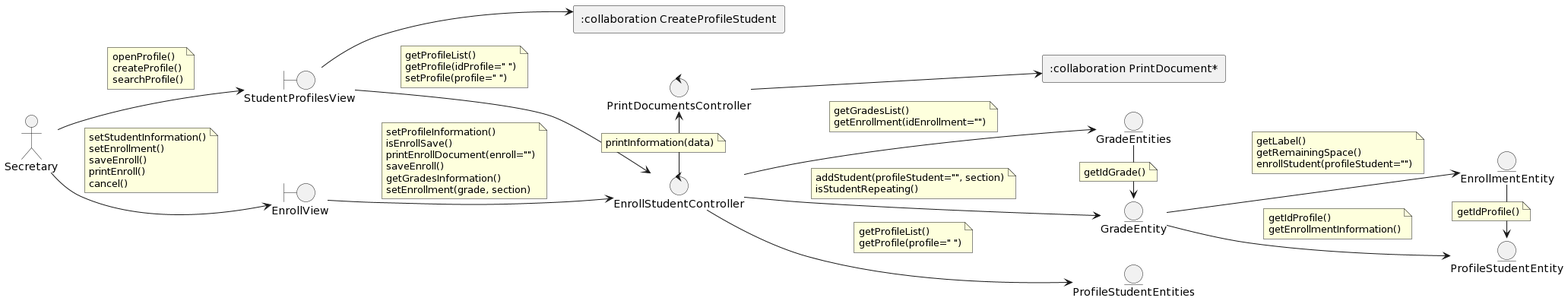
This is out/DesignView/AnalysisView/UseCaseAnalysis/CU01.EnrollStudent/Collaboration.CU01.Analysis.png from wsmcbl/wsmcbl.doc, a PlantUML export, as it was before one commit.
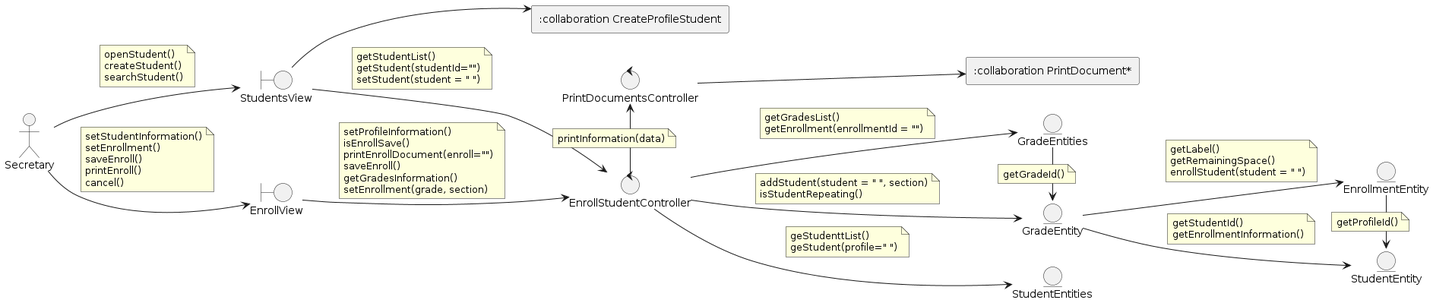
The same diagram one commit later.

Diff of the diagram source:
```diff
@@ -3,27 +3,27 @@
 
 actor Secretary
 
-boundary StudentProfilesView
+boundary StudentsView
 boundary EnrollView
 
 control EnrollStudentController
 control PrintDocumentsController
 
-entity ProfileStudentEntity
-entity ProfileStudentEntities
+entity StudentEntity
+entity StudentEntities
 entity EnrollmentEntity
 entity GradeEntities
 entity GradeEntity
 
-rectangle ":collaboration PrintDocument*"
-rectangle ":collaboration CreateProfileStudent"
+rectangle ":collaboration PrintDocument*" as printDocument
+rectangle ":collaboration CreateProfileStudent" as createProfileStudent
 
 
-Secretary --> StudentProfilesView
+Secretary --> StudentsView
 note on link
-    openProfile()
-    createProfile()
-    searchProfile()
+    openStudent()
+    createStudent()
+    searchStudent()
 end note
 
 Secretary --> EnrollView
@@ -36,14 +36,14 @@
 end note
 
 
-StudentProfilesView --> EnrollStudentController
+StudentsView --> EnrollStudentController
 note on link
-    getProfileList()
-    getProfile(idProfile=" ")
-    setProfile(profile=" ")
+    getStudentList()
+    getStudent(studentId="")
+    setStudent(student = " ")
 end note
 
-StudentProfilesView --> ":collaboration CreateProfileStudent"
+StudentsView --> createProfileStudent
 
 EnrollView --> EnrollStudentController
 note on link
@@ -55,21 +55,21 @@
     setEnrollment(grade, section)
 end note
 
-EnrollStudentController --> ProfileStudentEntities
+EnrollStudentController --> StudentEntities
 note on link
-    getProfileList()
-    getProfile(profile=" ")
+    geStudenttList()
+    geStudent(profile=" ")
 end note
 
 EnrollStudentController --> GradeEntities
 note on link
     getGradesList()
-    getEnrollment(idEnrollment="")
+    getEnrollment(enrollmentId = "")
 end note
 
 EnrollStudentController --> GradeEntity
 note on link
-    addStudent(profileStudent="", section)
+    addStudent(student = " ", section)
     isStudentRepeating()
 end note
 
@@ -78,29 +78,30 @@
     printInformation(data)
 end note
 
-PrintDocumentsController --> ":collaboration PrintDocument*"
+PrintDocumentsController --> printDocument
 
 
-EnrollmentEntity -> ProfileStudentEntity
+EnrollmentEntity -> StudentEntity
 note on link
-    getIdProfile()
+    getProfileId()
 end note
 
 GradeEntities -> GradeEntity
 note on link
-    getIdGrade()
+    getGradeId()
 end note
 
 GradeEntity --> EnrollmentEntity
 note on link
     getLabel()
     getRemainingSpace()
-    enrollStudent(profileStudent="")
+    enrollStudent(student = " ")
 end note
 
-GradeEntity --> ProfileStudentEntity
+GradeEntity --> StudentEntity
 note on link
-    getIdProfile()
+    getStudentId()
     getEnrollmentInformation()
 end note
+
 @enduml
```
